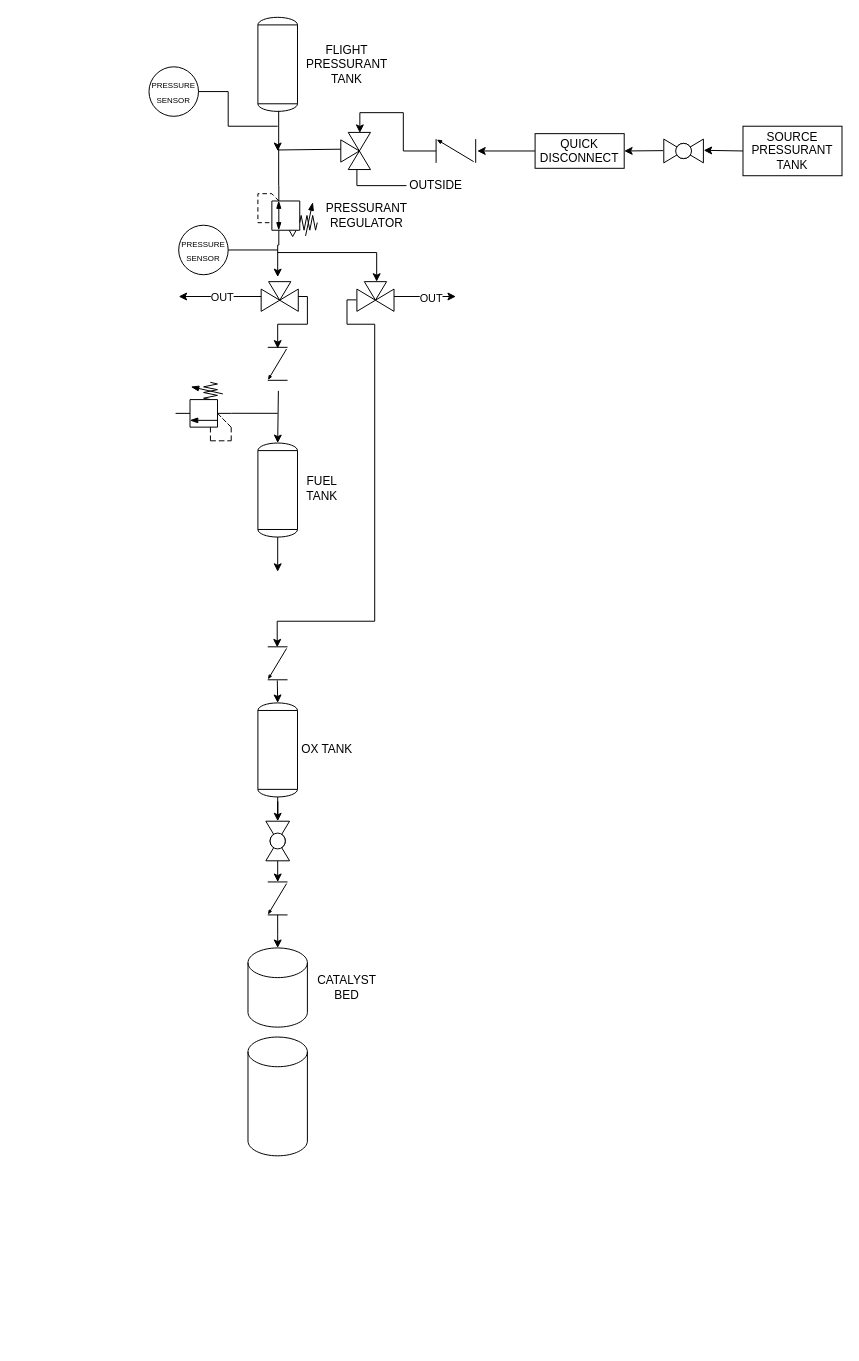
This is ZEPHYR-X1000 STACKED TANKS.drawio from jaredhumphreys3141/ZEPHYR-X1000, a draw.io file, before an edit. Source tidied: cells renumbered, new cells numbered last; positions are measured from the earlier drawing's top-left corner, leaving out a move shared by most shapes. Both pictures are drawn from the tidied source at 99%, with x=0, y=0 at pixel (148, 17).
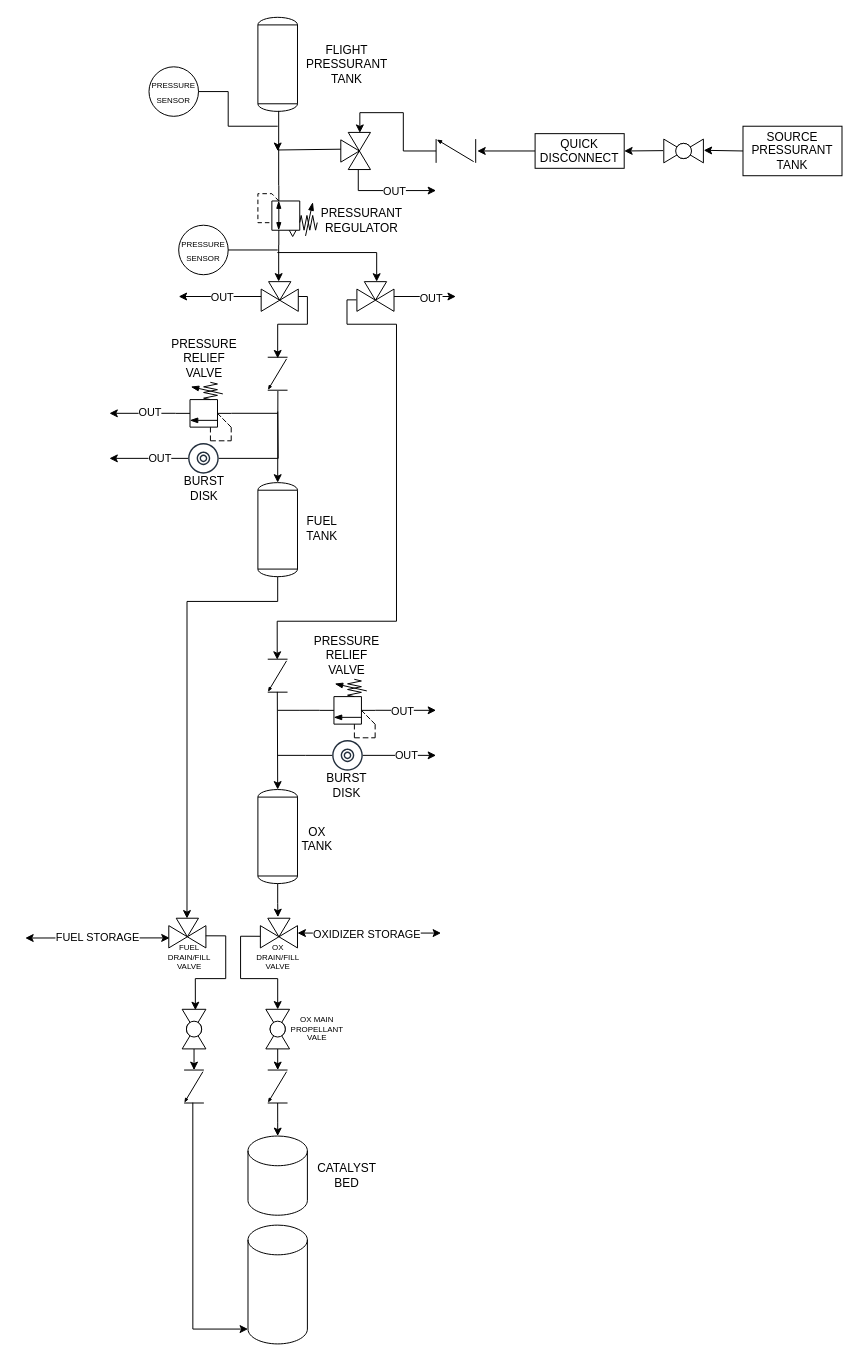
The same diagram, later.

Unchanged cells that the change refers to:
```xml
<mxCell id="6" style="verticalLabelPosition=bottom;html=1;verticalAlign=top;fillColor=strokeColor;align=center;outlineConnect=0;shape=mxgraph.fluid_power.x10540;points=[[0.35,0,0],[0.35,1,0]];" parent="1" vertex="1">
  <mxGeometry x="110" y="170" width="60" height="60" as="geometry" />
</mxCell>
<mxCell id="12" style="shape=mxgraph.pid.vessels.tank;html=1;align=center;verticalLabelPosition=bottom;verticalAlign=top;dashed=0;" parent="11" vertex="1">
  <mxGeometry y="20" width="40" height="95" as="geometry" />
</mxCell>
<mxCell id="36" style="verticalLabelPosition=bottom;html=1;verticalAlign=top;fillColor=strokeColor;align=center;outlineConnect=0;shape=mxgraph.fluid_power.x10500;points=[[0.47,0,0],[0.47,1,0]];rotation=-90;" parent="1" vertex="1">
  <mxGeometry x="25.5" y="370" width="59.1" height="56.4" as="geometry" />
</mxCell>
<mxCell id="38" style="verticalLabelPosition=bottom;align=center;html=1;verticalAlign=top;dashed=0;shape=mxgraph.pid2valves.valve;valveType=threeWay;actuator=none;rotation=90;" parent="1" vertex="1">
  <mxGeometry x="190" y="120" width="37.5" height="30" as="geometry" />
</mxCell>
<mxCell id="54" style="verticalLabelPosition=bottom;align=center;html=1;verticalAlign=top;dashed=0;shape=mxgraph.pid2valves.valve;valveType=threeWay;actuator=none;rotation=-180;" parent="1" vertex="1">
  <mxGeometry x="113.3" y="267" width="37.5" height="30" as="geometry" />
</mxCell>
<mxCell id="58" style="verticalLabelPosition=bottom;align=center;html=1;verticalAlign=top;dashed=0;shape=mxgraph.pid2valves.valve;valveType=threeWay;actuator=none;rotation=-180;" parent="1" vertex="1">
  <mxGeometry x="210" y="267" width="37.5" height="30" as="geometry" />
</mxCell>
```

The edit, as a diff of the source:
```diff
@@
     <mxCell id="7" value="PRESSURANT REGULATOR" style="text;html=1;whiteSpace=wrap;strokeColor=none;fillColor=none;align=center;verticalAlign=middle;rounded=0;" parent="1" vertex="1">
-      <mxGeometry x="190" y="185" width="60" height="30" as="geometry" />
+      <mxGeometry x="185" y="190" width="60" height="30" as="geometry" />
     </mxCell>
-    <mxCell id="8" style="edgeStyle=orthogonalEdgeStyle;rounded=0;jettySize=auto;html=1;" parent="1" edge="1" source="9" target="32">
-      <mxGeometry relative="1" as="geometry" />
-    </mxCell>
     <mxCell id="9" style="shape=mxgraph.pid.vessels.tank;html=1;align=center;verticalLabelPosition=bottom;verticalAlign=top;dashed=0;" parent="1" vertex="1">
-      <mxGeometry x="110" y="692.5" width="40" height="95" as="geometry" />
+      <mxGeometry x="110" y="780" width="40" height="95" as="geometry" />
     </mxCell>
     <mxCell id="10" value="OX TANK" style="text;html=1;whiteSpace=wrap;strokeColor=none;fillColor=none;align=center;verticalAlign=middle;rounded=0;" parent="1" vertex="1">
-      <mxGeometry x="150" y="725" width="60" height="30" as="geometry" />
+      <mxGeometry x="150" y="810" width="40" height="40" as="geometry" />
     </mxCell>
     <mxCell id="11" style="group;" parent="1" vertex="1">
-      <mxGeometry x="110" y="410" width="120" height="115" as="geometry" />
+      <mxGeometry x="110" y="450" width="120" height="115" as="geometry" />
     </mxCell>
@@
-    <mxCell id="14" style="endArrow=classic;html=1;rounded=0;exitX=0.5;exitY=1;exitDx=0;exitDy=0;exitPerimeter=0;" parent="11" edge="1" source="12">
-      <mxGeometry relative="1" as="geometry">
-        <mxPoint x="20" y="150" as="targetPoint" />
-      </mxGeometry>
-    </mxCell>
@@
-    <mxCell id="22" style="endArrow=classic;html=1;rounded=0;exitX=0.35;exitY=1;exitDx=0;exitDy=0;exitPerimeter=0;entryX=0.989;entryY=0.492;entryDx=0;entryDy=0;entryPerimeter=0;edgeStyle=elbowEdgeStyle;" parent="1" edge="1" source="6">
-      <mxGeometry relative="1" as="geometry">
-        <mxPoint x="129.8" y="262.4" as="targetPoint" />
-      </mxGeometry>
+    <mxCell id="22" style="endArrow=classic;html=1;rounded=0;exitX=0.35;exitY=1;exitDx=0;exitDy=0;exitPerimeter=0;entryX=0.544;entryY=1.003;entryDx=0;entryDy=0;entryPerimeter=0;edgeStyle=elbowEdgeStyle;" parent="1" edge="1" source="6" target="54">
+      <mxGeometry relative="1" as="geometry" />
     </mxCell>
-    <mxCell id="23" style="endArrow=classic;html=1;rounded=0;exitX=1.02;exitY=0.467;exitDx=0;exitDy=0;exitPerimeter=0;entryX=0.5;entryY=0;entryDx=0;entryDy=0;entryPerimeter=0;edgeStyle=elbowEdgeStyle;" parent="1" edge="1" target="12">
-      <mxGeometry relative="1" as="geometry">
-        <mxPoint x="130.7" y="377.3" as="sourcePoint" />
-      </mxGeometry>
+    <mxCell id="23" style="endArrow=classic;html=1;rounded=0;entryX=0.5;entryY=0;entryDx=0;entryDy=0;entryPerimeter=0;edgeStyle=elbowEdgeStyle;exitX=1.024;exitY=0.488;exitDx=0;exitDy=0;exitPerimeter=0;" parent="1" edge="1" source="51" target="12">
+      <mxGeometry relative="1" as="geometry" />
     </mxCell>
@@
     <mxCell id="26" style="verticalLabelPosition=bottom;align=center;html=1;verticalAlign=top;dashed=0;shape=mxgraph.pid2valves.valve;valveType=check;rotation=90;" parent="1" vertex="1">
-      <mxGeometry x="113.3" y="642.5" width="33.3" height="20" as="geometry" />
+      <mxGeometry x="113.3" y="655" width="33.3" height="20" as="geometry" />
     </mxCell>
     <mxCell id="27" style="endArrow=classic;html=1;rounded=0;edgeStyle=orthogonalEdgeStyle;entryX=0.016;entryY=0.521;entryDx=0;entryDy=0;entryPerimeter=0;exitX=1.013;exitY=0.387;exitDx=0;exitDy=0;exitPerimeter=0;" parent="1" edge="1" source="58" target="26">
       <mxGeometry relative="1" as="geometry">
         <Array as="points">
           <mxPoint x="200" y="285" />
           <mxPoint x="200" y="310" />
-          <mxPoint x="228" y="310" />
-          <mxPoint x="228" y="610" />
+          <mxPoint x="250" y="310" />
+          <mxPoint x="250" y="610" />
           <mxPoint x="130" y="610" />
         </Array>
       </mxGeometry>
     </mxCell>
-    <mxCell id="28" style="endArrow=classic;html=1;rounded=0;exitX=1.02;exitY=0.517;exitDx=0;exitDy=0;exitPerimeter=0;entryX=0.5;entryY=0;entryDx=0;entryDy=0;entryPerimeter=0;" parent="1" edge="1" source="26" target="9">
+    <mxCell id="28" style="endArrow=classic;html=1;rounded=0;entryX=0.5;entryY=0;entryDx=0;entryDy=0;entryPerimeter=0;exitX=0.99;exitY=0.517;exitDx=0;exitDy=0;exitPerimeter=0;" parent="1" edge="1" source="26" target="9">
       <mxGeometry relative="1" as="geometry" />
     </mxCell>
     <mxCell id="29" style="shape=cylinder3;whiteSpace=wrap;html=1;boundedLbl=1;backgroundOutline=1;size=15;" parent="1" vertex="1">
-      <mxGeometry x="100" y="940" width="60" height="80" as="geometry" />
+      <mxGeometry x="100" y="1130" width="60" height="80" as="geometry" />
     </mxCell>
     <mxCell id="30" style="shape=cylinder3;whiteSpace=wrap;html=1;boundedLbl=1;backgroundOutline=1;size=15;" parent="1" vertex="1">
-      <mxGeometry x="100" y="1030" width="60" height="120" as="geometry" />
+      <mxGeometry x="100" y="1220" width="60" height="120" as="geometry" />
     </mxCell>
@@
     <mxCell id="32" style="verticalLabelPosition=bottom;align=center;html=1;verticalAlign=top;dashed=0;shape=mxgraph.pid2valves.valve;valveType=ball;rotation=-90;" parent="1" vertex="1">
-      <mxGeometry x="110" y="820" width="40" height="24" as="geometry" />
+      <mxGeometry x="110" y="1010" width="40" height="24" as="geometry" />
     </mxCell>
@@
     <mxCell id="34" style="verticalLabelPosition=bottom;align=center;html=1;verticalAlign=top;dashed=0;shape=mxgraph.pid2valves.valve;valveType=check;rotation=90;" parent="1" vertex="1">
-      <mxGeometry x="113.3" y="880" width="33.3" height="20" as="geometry" />
+      <mxGeometry x="113.3" y="1070" width="33.3" height="20" as="geometry" />
     </mxCell>
     <mxCell id="35" value="CATALYST BED" style="text;html=1;whiteSpace=wrap;strokeColor=none;fillColor=none;align=center;verticalAlign=middle;rounded=0;" parent="1" vertex="1">
-      <mxGeometry x="170" y="965" width="60" height="30" as="geometry" />
+      <mxGeometry x="170" y="1155" width="60" height="30" as="geometry" />
     </mxCell>
+    <mxCell id="59" style="edgeStyle=orthogonalEdgeStyle;rounded=0;jettySize=auto;html=1;exitX=0.47;exitY=0;exitDx=0;exitDy=0;exitPerimeter=0;" parent="1" edge="1" source="36">
+      <mxGeometry relative="1" as="geometry">
+        <mxPoint x="-40" y="400" as="targetPoint" />
+      </mxGeometry>
+    </mxCell>
+    <mxCell id="60" value="OUT" style="edgeLabel;html=1;align=center;verticalAlign=middle;" parent="59" vertex="1">
+      <mxGeometry x="0.23" relative="1" as="geometry">
+        <mxPoint x="14" y="-2" as="offset" />
+      </mxGeometry>
+    </mxCell>
@@
+    <mxCell id="61" style="edgeStyle=elbowEdgeStyle;rounded=0;jettySize=auto;html=1;elbow=vertical;exitX=0.991;exitY=0.412;exitDx=0;exitDy=0;exitPerimeter=0;" parent="1" edge="1" source="38">
+      <mxGeometry relative="1" as="geometry">
+        <mxPoint x="290" y="175" as="targetPoint" />
+        <Array as="points">
+          <mxPoint x="250" y="175" />
+        </Array>
+      </mxGeometry>
+    </mxCell>
+    <mxCell id="62" value="OUT" style="edgeLabel;html=1;align=center;verticalAlign=middle;" parent="61" vertex="1">
+      <mxGeometry x="0.52" y="1" relative="1" as="geometry">
+        <mxPoint x="-18" y="1" as="offset" />
+      </mxGeometry>
+    </mxCell>
@@
-    <mxCell id="49" style="endArrow=none;html=1;rounded=0;entryX=0.994;entryY=0.463;entryDx=0;entryDy=0;entryPerimeter=0;edgeStyle=elbowEdgeStyle;" parent="1" edge="1" target="38">
-      <mxGeometry relative="1" as="geometry">
-        <mxPoint x="260" y="170" as="sourcePoint" />
-        <Array as="points">
-          <mxPoint x="210" y="160" />
-        </Array>
-      </mxGeometry>
-    </mxCell>
-    <mxCell id="50" value="OUTSIDE" style="text;html=1;whiteSpace=wrap;strokeColor=none;fillColor=none;align=center;verticalAlign=middle;rounded=0;" parent="1" vertex="1">
-      <mxGeometry x="260" y="155" width="60" height="30" as="geometry" />
-    </mxCell>
     <mxCell id="51" style="verticalLabelPosition=bottom;align=center;html=1;verticalAlign=top;dashed=0;shape=mxgraph.pid2valves.valve;valveType=check;rotation=90;" parent="1" vertex="1">
-      <mxGeometry x="113.3" y="340" width="33.3" height="20" as="geometry" />
+      <mxGeometry x="113.3" y="350" width="33.3" height="20" as="geometry" />
     </mxCell>
@@
+    <mxCell id="63" style="edgeStyle=orthogonalEdgeStyle;rounded=0;jettySize=auto;html=1;endArrow=none;endFill=0;" parent="1" edge="1" source="66">
+      <mxGeometry relative="1" as="geometry">
+        <mxPoint x="130" y="398.2" as="targetPoint" />
+      </mxGeometry>
+    </mxCell>
+    <mxCell id="64" style="edgeStyle=orthogonalEdgeStyle;rounded=0;jettySize=auto;html=1;" parent="1" edge="1" source="66">
+      <mxGeometry relative="1" as="geometry">
+        <mxPoint x="-40" y="445.5" as="targetPoint" />
+      </mxGeometry>
+    </mxCell>
+    <mxCell id="65" value="OUT" style="edgeLabel;html=1;align=center;verticalAlign=middle;" parent="64" vertex="1">
+      <mxGeometry x="-0.27" relative="1" as="geometry" />
+    </mxCell>
+    <mxCell id="66" style="sketch=0;outlineConnect=0;fontColor=#232F3E;gradientColor=none;fillColor=#232F3D;strokeColor=none;dashed=0;verticalLabelPosition=bottom;verticalAlign=top;align=center;html=1;fontSize=12;fontStyle=0;shape=mxgraph.aws4.disk;" parent="1" vertex="1">
+      <mxGeometry x="39.5" y="430" width="31" height="31" as="geometry" />
+    </mxCell>
+    <mxCell id="67" value="BURST DISK" style="text;html=1;whiteSpace=wrap;strokeColor=none;fillColor=none;align=center;verticalAlign=middle;rounded=0;" parent="1" vertex="1">
+      <mxGeometry x="25.5" y="461" width="60" height="30" as="geometry" />
+    </mxCell>
+    <mxCell id="68" value="PRESSURE RELIEF VALVE" style="text;html=1;whiteSpace=wrap;strokeColor=none;fillColor=none;align=center;verticalAlign=middle;rounded=0;" parent="1" vertex="1">
+      <mxGeometry x="25.5" y="330" width="60" height="30" as="geometry" />
+    </mxCell>
+    <mxCell id="69" style="group;" parent="1" vertex="1">
+      <mxGeometry x="170" y="630" width="60" height="161" as="geometry" />
+    </mxCell>
+    <mxCell id="70" style="edgeStyle=orthogonalEdgeStyle;rounded=0;jettySize=auto;html=1;exitX=0.47;exitY=0;exitDx=0;exitDy=0;exitPerimeter=0;endArrow=none;endFill=0;" parent="69" edge="1" source="73">
+      <mxGeometry relative="1" as="geometry">
+        <mxPoint x="-40" y="70" as="targetPoint" />
+      </mxGeometry>
+    </mxCell>
+    <mxCell id="71" style="edgeStyle=orthogonalEdgeStyle;rounded=0;jettySize=auto;html=1;exitX=0.47;exitY=1;exitDx=0;exitDy=0;exitPerimeter=0;" parent="69" edge="1" source="73">
+      <mxGeometry relative="1" as="geometry">
+        <mxPoint x="120" y="70" as="targetPoint" />
+      </mxGeometry>
+    </mxCell>
+    <mxCell id="72" value="OUT" style="edgeLabel;html=1;align=center;verticalAlign=middle;" parent="71" vertex="1">
+      <mxGeometry x="-0.14" y="-1" relative="1" as="geometry" />
+    </mxCell>
+    <mxCell id="73" style="verticalLabelPosition=bottom;html=1;verticalAlign=top;fillColor=strokeColor;align=center;outlineConnect=0;shape=mxgraph.fluid_power.x10500;points=[[0.47,0,0],[0.47,1,0]];rotation=-90;" parent="69" vertex="1">
+      <mxGeometry x="0.9" y="40" width="59.1" height="56.4" as="geometry" />
+    </mxCell>
+    <mxCell id="74" style="edgeStyle=orthogonalEdgeStyle;rounded=0;jettySize=auto;html=1;endArrow=none;endFill=0;" parent="69" edge="1" source="77">
+      <mxGeometry relative="1" as="geometry">
+        <mxPoint x="-40" y="115.5" as="targetPoint" />
+      </mxGeometry>
+    </mxCell>
+    <mxCell id="75" style="edgeStyle=orthogonalEdgeStyle;rounded=0;jettySize=auto;html=1;" parent="69" edge="1" source="77">
+      <mxGeometry relative="1" as="geometry">
+        <mxPoint x="120" y="115.5" as="targetPoint" />
+      </mxGeometry>
+    </mxCell>
+    <mxCell id="76" value="OUT" style="edgeLabel;html=1;align=center;verticalAlign=middle;" parent="75" vertex="1">
+      <mxGeometry x="0.32" relative="1" as="geometry">
+        <mxPoint x="-5" as="offset" />
+      </mxGeometry>
+    </mxCell>
+    <mxCell id="77" style="sketch=0;outlineConnect=0;fontColor=#232F3E;gradientColor=none;fillColor=#232F3D;strokeColor=none;dashed=0;verticalLabelPosition=bottom;verticalAlign=top;align=center;html=1;fontSize=12;fontStyle=0;shape=mxgraph.aws4.disk;" parent="69" vertex="1">
+      <mxGeometry x="15" y="100" width="31" height="31" as="geometry" />
+    </mxCell>
+    <mxCell id="78" value="BURST DISK" style="text;html=1;whiteSpace=wrap;strokeColor=none;fillColor=none;align=center;verticalAlign=middle;rounded=0;" parent="69" vertex="1">
+      <mxGeometry y="131" width="60" height="30" as="geometry" />
+    </mxCell>
+    <mxCell id="79" value="PRESSURE RELIEF VALVE" style="text;html=1;whiteSpace=wrap;strokeColor=none;fillColor=none;align=center;verticalAlign=middle;rounded=0;" parent="69" vertex="1">
+      <mxGeometry width="60" height="30" as="geometry" />
+    </mxCell>
+    <mxCell id="80" style="edgeStyle=orthogonalEdgeStyle;rounded=0;jettySize=auto;html=1;startArrow=classic;startFill=1;" parent="1" edge="1" source="82">
+      <mxGeometry relative="1" as="geometry">
+        <mxPoint x="295" y="925" as="targetPoint" />
+      </mxGeometry>
+    </mxCell>
+    <mxCell id="81" value="OXIDIZER STORAGE" style="edgeLabel;html=1;align=center;verticalAlign=middle;" parent="80" vertex="1">
+      <mxGeometry x="0.08" y="1" relative="1" as="geometry">
+        <mxPoint x="-9" y="1" as="offset" />
+      </mxGeometry>
+    </mxCell>
+    <mxCell id="82" style="verticalLabelPosition=bottom;align=center;html=1;verticalAlign=top;dashed=0;shape=mxgraph.pid2valves.valve;valveType=threeWay;actuator=none;rotation=-180;" parent="1" vertex="1">
+      <mxGeometry x="112.5" y="910" width="37.5" height="30" as="geometry" />
+    </mxCell>
+    <mxCell id="83" style="edgeStyle=orthogonalEdgeStyle;rounded=0;jettySize=auto;html=1;entryX=0.527;entryY=1.036;entryDx=0;entryDy=0;entryPerimeter=0;" parent="1" edge="1" source="9" target="82">
+      <mxGeometry relative="1" as="geometry" />
+    </mxCell>
+    <mxCell id="84" style="edgeStyle=orthogonalEdgeStyle;rounded=0;jettySize=auto;html=1;entryX=0.996;entryY=0.5;entryDx=0;entryDy=0;entryPerimeter=0;exitX=1.006;exitY=0.392;exitDx=0;exitDy=0;exitPerimeter=0;" parent="1" edge="1" source="82" target="32">
+      <mxGeometry relative="1" as="geometry" />
+    </mxCell>
+    <mxCell id="85" value="OX DRAIN/FILL VALVE" style="text;html=1;whiteSpace=wrap;strokeColor=none;fillColor=none;align=center;verticalAlign=middle;rounded=0;fontSize=8;" parent="1" vertex="1">
+      <mxGeometry x="103.6" y="935" width="52.9" height="30" as="geometry" />
+    </mxCell>
+    <mxCell id="86" value="OX MAIN PROPELLANT VALE" style="text;html=1;whiteSpace=wrap;strokeColor=none;fillColor=none;align=center;verticalAlign=middle;rounded=0;fontSize=8;" parent="1" vertex="1">
+      <mxGeometry x="140" y="1007" width="60" height="30" as="geometry" />
+    </mxCell>
+    <mxCell id="87" style="edgeStyle=orthogonalEdgeStyle;rounded=0;jettySize=auto;html=1;" parent="1" edge="1" source="88" target="89">
+      <mxGeometry relative="1" as="geometry" />
+    </mxCell>
+    <mxCell id="88" style="verticalLabelPosition=bottom;align=center;html=1;verticalAlign=top;dashed=0;shape=mxgraph.pid2valves.valve;valveType=ball;rotation=-90;" parent="1" vertex="1">
+      <mxGeometry x="25.5" y="1010" width="40" height="24" as="geometry" />
+    </mxCell>
+    <mxCell id="89" style="verticalLabelPosition=bottom;align=center;html=1;verticalAlign=top;dashed=0;shape=mxgraph.pid2valves.valve;valveType=check;rotation=90;" parent="1" vertex="1">
+      <mxGeometry x="28.8" y="1070" width="33.3" height="20" as="geometry" />
+    </mxCell>
+    <mxCell id="90" style="edgeStyle=orthogonalEdgeStyle;rounded=0;jettySize=auto;html=1;exitX=0.977;exitY=0.337;exitDx=0;exitDy=0;exitPerimeter=0;startArrow=classic;startFill=1;" parent="1" edge="1" source="92">
+      <mxGeometry relative="1" as="geometry">
+        <mxPoint x="-125" y="930" as="targetPoint" />
+        <Array as="points">
+          <mxPoint x="-50" y="930" />
+        </Array>
+      </mxGeometry>
+    </mxCell>
+    <mxCell id="91" value="FUEL STORAGE" style="edgeLabel;html=1;align=center;verticalAlign=middle;" parent="90" vertex="1">
+      <mxGeometry relative="1" as="geometry" />
+    </mxCell>
+    <mxCell id="92" style="verticalLabelPosition=bottom;align=center;html=1;verticalAlign=top;dashed=0;shape=mxgraph.pid2valves.valve;valveType=threeWay;actuator=none;rotation=-180;" parent="1" vertex="1">
+      <mxGeometry x="20" y="910" width="37.5" height="30" as="geometry" />
+    </mxCell>
+    <mxCell id="93" style="edgeStyle=orthogonalEdgeStyle;rounded=0;jettySize=auto;html=1;entryX=0.979;entryY=0.556;entryDx=0;entryDy=0;entryPerimeter=0;exitX=0.004;exitY=0.408;exitDx=0;exitDy=0;exitPerimeter=0;" parent="1" edge="1" source="92" target="88">
+      <mxGeometry relative="1" as="geometry" />
+    </mxCell>
+    <mxCell id="94" value="FUEL DRAIN/FILL VALVE" style="text;html=1;whiteSpace=wrap;strokeColor=none;fillColor=none;align=center;verticalAlign=middle;rounded=0;fontSize=8;" parent="1" vertex="1">
+      <mxGeometry x="10.5" y="935" width="60" height="30" as="geometry" />
+    </mxCell>
+    <mxCell id="95" style="edgeStyle=orthogonalEdgeStyle;rounded=0;jettySize=auto;html=1;entryX=0;entryY=1;entryDx=0;entryDy=-15;entryPerimeter=0;exitX=0.988;exitY=0.559;exitDx=0;exitDy=0;exitPerimeter=0;" parent="1" edge="1" source="89" target="30">
+      <mxGeometry relative="1" as="geometry" />
+    </mxCell>
+    <mxCell id="96" style="edgeStyle=orthogonalEdgeStyle;rounded=0;jettySize=auto;html=1;exitX=0.5;exitY=1;exitDx=0;exitDy=0;exitPerimeter=0;entryX=0.51;entryY=0.991;entryDx=0;entryDy=0;entryPerimeter=0;" parent="1" edge="1" source="12" target="92">
+      <mxGeometry relative="1" as="geometry">
+        <Array as="points">
+          <mxPoint x="130" y="590" />
+          <mxPoint x="38" y="590" />
+        </Array>
+      </mxGeometry>
+    </mxCell>
```
